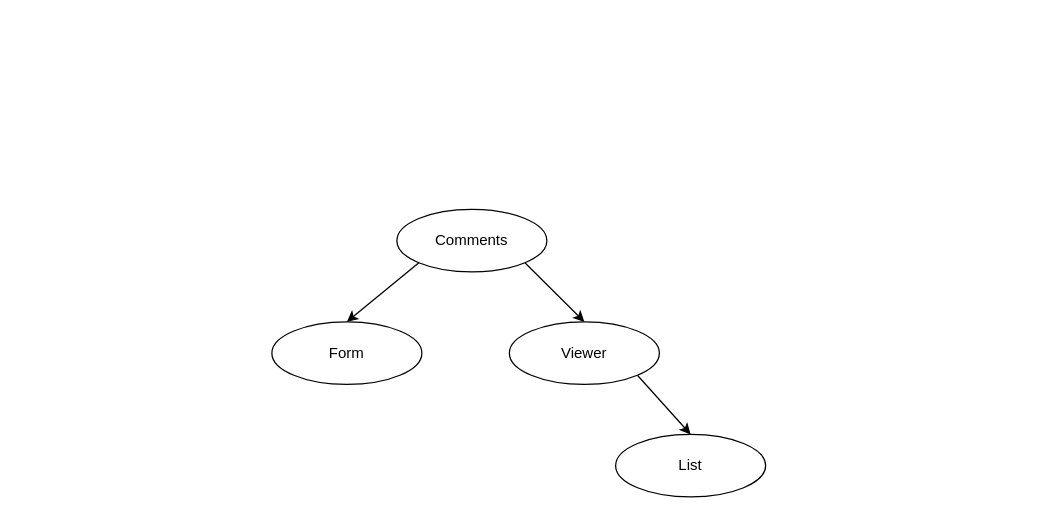
Above: components.drawio in Luis0lo/My-React-Portfolio (draw.io), before the change. Source tidied: cells renumbered, new cells numbered last; positions are measured from the earlier drawing's top-left corner, leaving out a move shared by most shapes. Both pictures are drawn from the tidied source at 125%, with x=0, y=0 at pixel (271, 209).
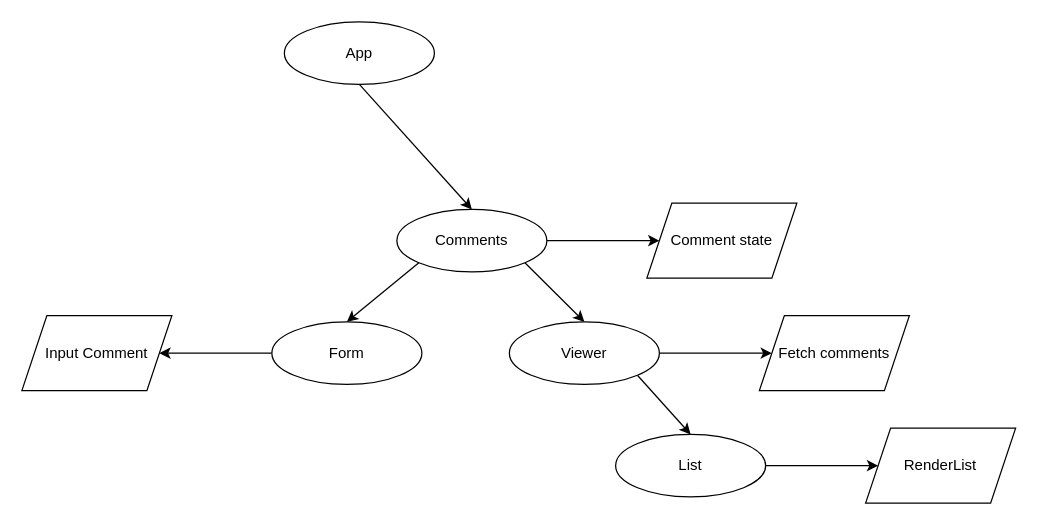
Above is the later version.

The edit, as a diff of the source:
```diff
@@
 <mxGraphModel>
   <root>
     <mxCell id="0" />
     <mxCell id="1" parent="0" />
     <mxCell id="2" style="edgeStyle=none;html=1;exitX=0;exitY=1;exitDx=0;exitDy=0;entryX=0.5;entryY=0;entryDx=0;entryDy=0;" parent="1" edge="1" source="4" target="7">
       <mxGeometry relative="1" as="geometry" />
     </mxCell>
     <mxCell id="3" style="edgeStyle=none;html=1;exitX=1;exitY=1;exitDx=0;exitDy=0;entryX=0.5;entryY=0;entryDx=0;entryDy=0;" parent="1" edge="1" source="4" target="6">
       <mxGeometry relative="1" as="geometry" />
     </mxCell>
+    <mxCell id="9" style="edgeStyle=none;html=1;" parent="1" edge="1" source="4" target="13">
+      <mxGeometry relative="1" as="geometry" />
+    </mxCell>
     <mxCell id="4" value="Comments" style="ellipse;whiteSpace=wrap;html=1;" parent="1" vertex="1">
       <mxGeometry x="100" width="120" height="50" as="geometry" />
     </mxCell>
     <mxCell id="5" style="edgeStyle=none;html=1;exitX=1;exitY=1;exitDx=0;exitDy=0;entryX=0.5;entryY=0;entryDx=0;entryDy=0;" parent="1" edge="1" source="6" target="8">
       <mxGeometry relative="1" as="geometry" />
     </mxCell>
+    <mxCell id="10" style="edgeStyle=none;html=1;" parent="1" edge="1" source="6" target="17">
+      <mxGeometry relative="1" as="geometry" />
+    </mxCell>
     <mxCell id="6" value="Viewer" style="ellipse;whiteSpace=wrap;html=1;" parent="1" vertex="1">
       <mxGeometry x="190" y="90" width="120" height="50" as="geometry" />
     </mxCell>
+    <mxCell id="11" style="edgeStyle=none;html=1;" parent="1" edge="1" source="7" target="18">
+      <mxGeometry relative="1" as="geometry" />
+    </mxCell>
     <mxCell id="7" value="Form" style="ellipse;whiteSpace=wrap;html=1;" parent="1" vertex="1">
       <mxGeometry y="90" width="120" height="50" as="geometry" />
     </mxCell>
+    <mxCell id="12" style="edgeStyle=none;html=1;" parent="1" edge="1" source="8" target="16">
+      <mxGeometry relative="1" as="geometry" />
+    </mxCell>
     <mxCell id="8" value="List" style="ellipse;whiteSpace=wrap;html=1;" parent="1" vertex="1">
       <mxGeometry x="275" y="180" width="120" height="50" as="geometry" />
     </mxCell>
+    <mxCell id="13" value="Comment state" style="shape=parallelogram;perimeter=parallelogramPerimeter;whiteSpace=wrap;html=1;fixedSize=1;" parent="1" vertex="1">
+      <mxGeometry x="300" y="-5" width="120" height="60" as="geometry" />
+    </mxCell>
+    <mxCell id="14" style="edgeStyle=none;html=1;exitX=0.5;exitY=1;exitDx=0;exitDy=0;entryX=0.5;entryY=0;entryDx=0;entryDy=0;" parent="1" edge="1" source="15" target="4">
+      <mxGeometry relative="1" as="geometry" />
+    </mxCell>
+    <mxCell id="15" value="App" style="ellipse;whiteSpace=wrap;html=1;" parent="1" vertex="1">
+      <mxGeometry x="10" y="-150" width="120" height="50" as="geometry" />
+    </mxCell>
+    <mxCell id="16" value="RenderList" style="shape=parallelogram;perimeter=parallelogramPerimeter;whiteSpace=wrap;html=1;fixedSize=1;" parent="1" vertex="1">
+      <mxGeometry x="475" y="175" width="120" height="60" as="geometry" />
+    </mxCell>
+    <mxCell id="17" value="Fetch comments" style="shape=parallelogram;perimeter=parallelogramPerimeter;whiteSpace=wrap;html=1;fixedSize=1;" parent="1" vertex="1">
+      <mxGeometry x="390" y="85" width="120" height="60" as="geometry" />
+    </mxCell>
+    <mxCell id="18" value="Input Comment" style="shape=parallelogram;perimeter=parallelogramPerimeter;whiteSpace=wrap;html=1;fixedSize=1;" parent="1" vertex="1">
+      <mxGeometry x="-200" y="85" width="120" height="60" as="geometry" />
+    </mxCell>
   </root>
 </mxGraphModel>
```
